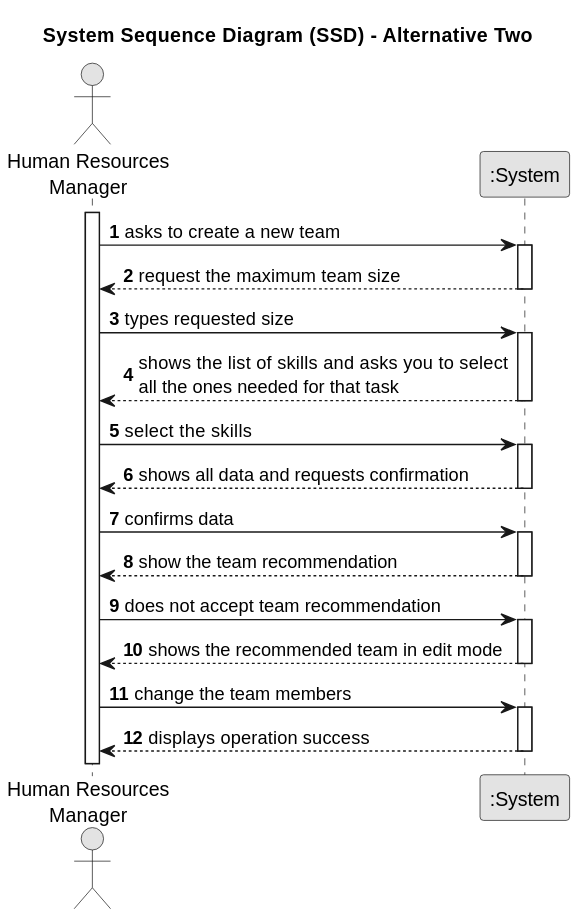
Earlier version of the PlantUML export docs/sprintA/us005/01.requirements-engineering/svg/us005-system-sequence-diagram-alternative-two.svg (diogoveirospro/lei-24-s2-1dg-g072).
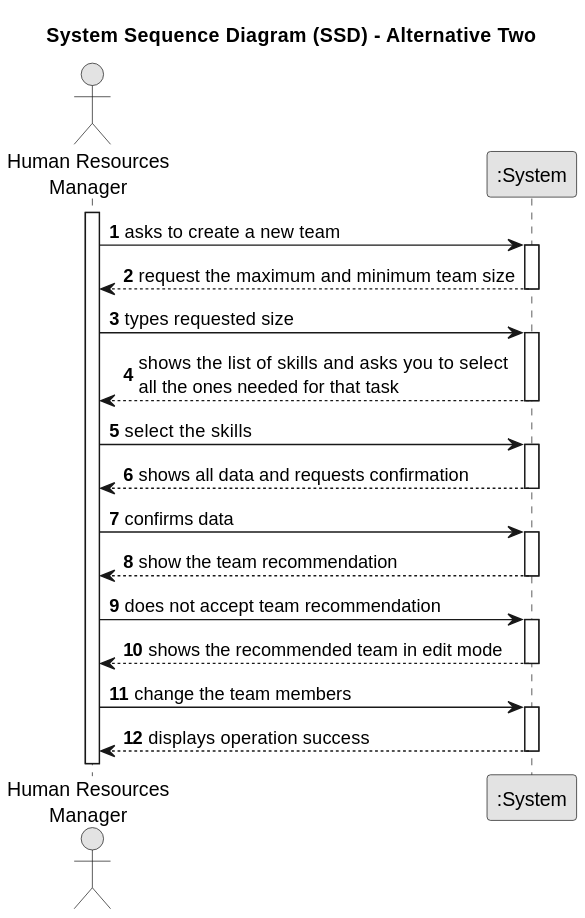
Above is the later version.

The edit, as a diff of the source:
```diff
@@ -15,7 +15,7 @@
     GRH -> System : asks to create a new team
     activate System
 
-        System --> GRH : request the maximum team size
+        System --> GRH : request the maximum and minimum team size
     deactivate System
 
     GRH -> System : types requested size
```
